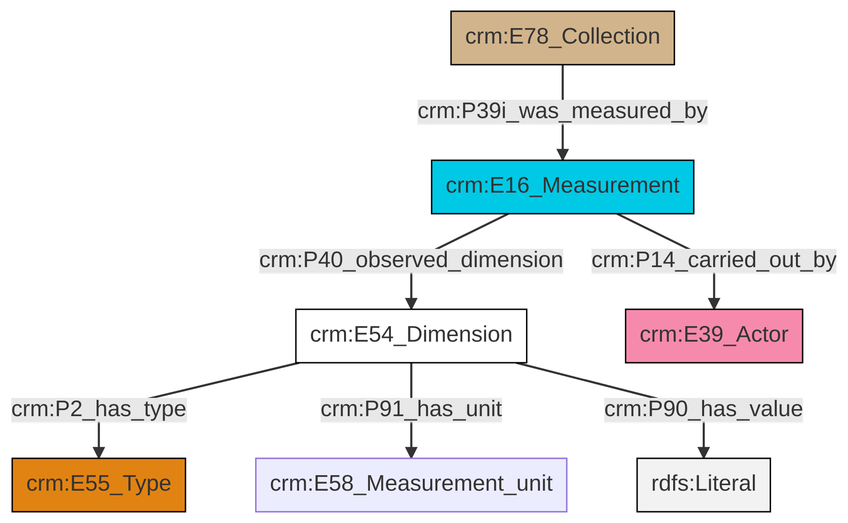
This is et/archivalCSV/ttl/mmd/png/archival_substance.png from swiss-art-research-net/docs.swissartresearch, a Mermaid export, as it was before one commit. Its source is kept beside it as et/archivalCSV/ttl/mmd/archival_substance.ttl.mmd.
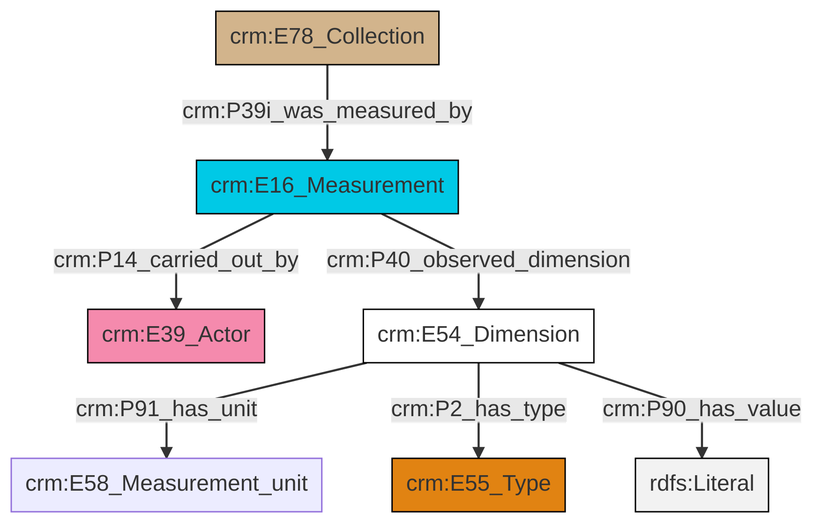
After the change.

Change to the diagram source:
```diff
@@ -13,9 +13,9 @@
 classDef PC_Classes fill:#4ce600, stroke:#000000;
 classDef Multi fill:#cccccc,stroke:#000000;
 
-0["crm:E54_Dimension"]:::CRM_Entity -->|crm:P2_has_type| 2["crm:E55_Type"]:::Type
-3["crm:E16_Measurement"]:::Temporal_Entity -->|crm:P14_carried_out_by| 4["crm:E39_Actor"]:::Actor
-6["crm:E78_Collection"]:::Physical_Thing -->|crm:P39i_was_measured_by| 3["crm:E16_Measurement"]:::Temporal_Entity
-0["crm:E54_Dimension"]:::CRM_Entity -->|crm:P91_has_unit| 10["crm:E58_Measurement_unit"]:::Default
-0["crm:E54_Dimension"]:::CRM_Entity -->|crm:P90_has_value| 11[rdfs:Literal]:::Literal
-3["crm:E16_Measurement"]:::Temporal_Entity -->|crm:P40_observed_dimension| 0["crm:E54_Dimension"]:::CRM_Entity
+2["crm:E16_Measurement"]:::Temporal_Entity -->|crm:P14_carried_out_by| 0["crm:E39_Actor"]:::Actor
+3["crm:E54_Dimension"]:::CRM_Entity -->|crm:P91_has_unit| 4["crm:E58_Measurement_unit"]:::Default
+3["crm:E54_Dimension"]:::CRM_Entity -->|crm:P2_has_type| 5["crm:E55_Type"]:::Type
+9["crm:E78_Collection"]:::Physical_Thing -->|crm:P39i_was_measured_by| 2["crm:E16_Measurement"]:::Temporal_Entity
+3["crm:E54_Dimension"]:::CRM_Entity -->|crm:P90_has_value| 10[rdfs:Literal]:::Literal
+2["crm:E16_Measurement"]:::Temporal_Entity -->|crm:P40_observed_dimension| 3["crm:E54_Dimension"]:::CRM_Entity
```
